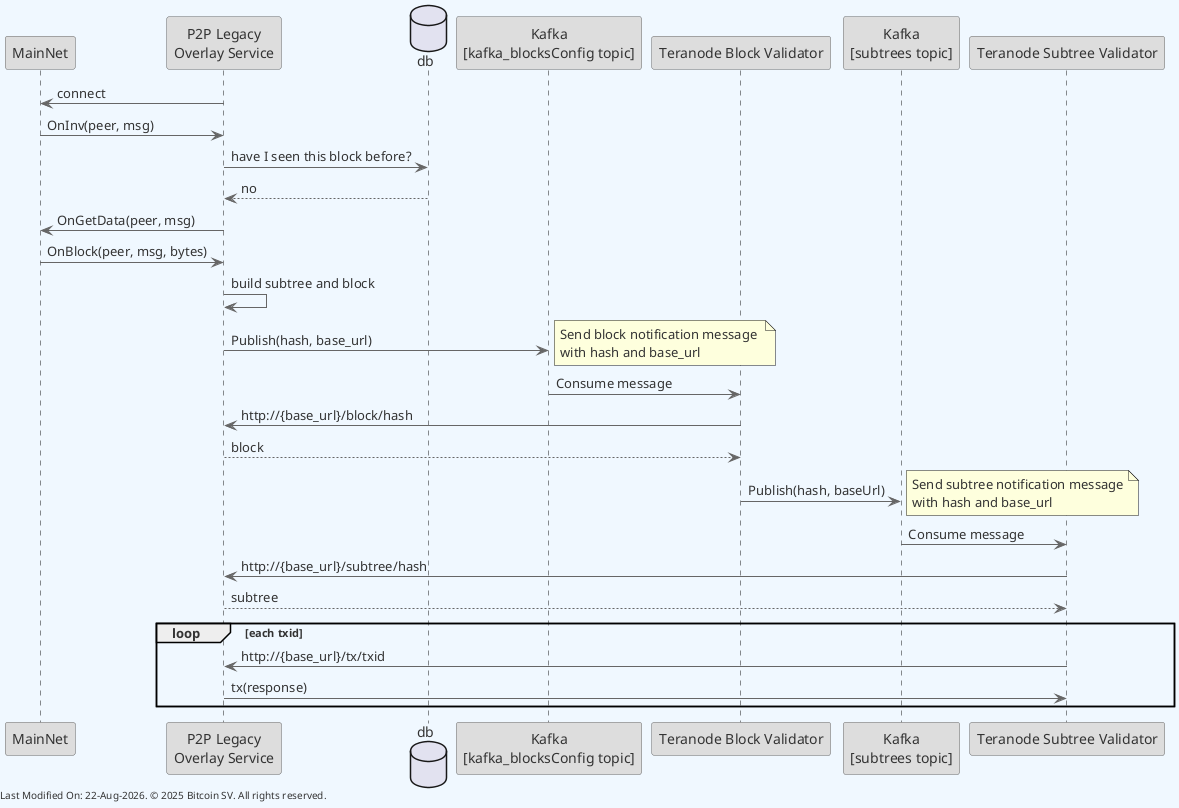
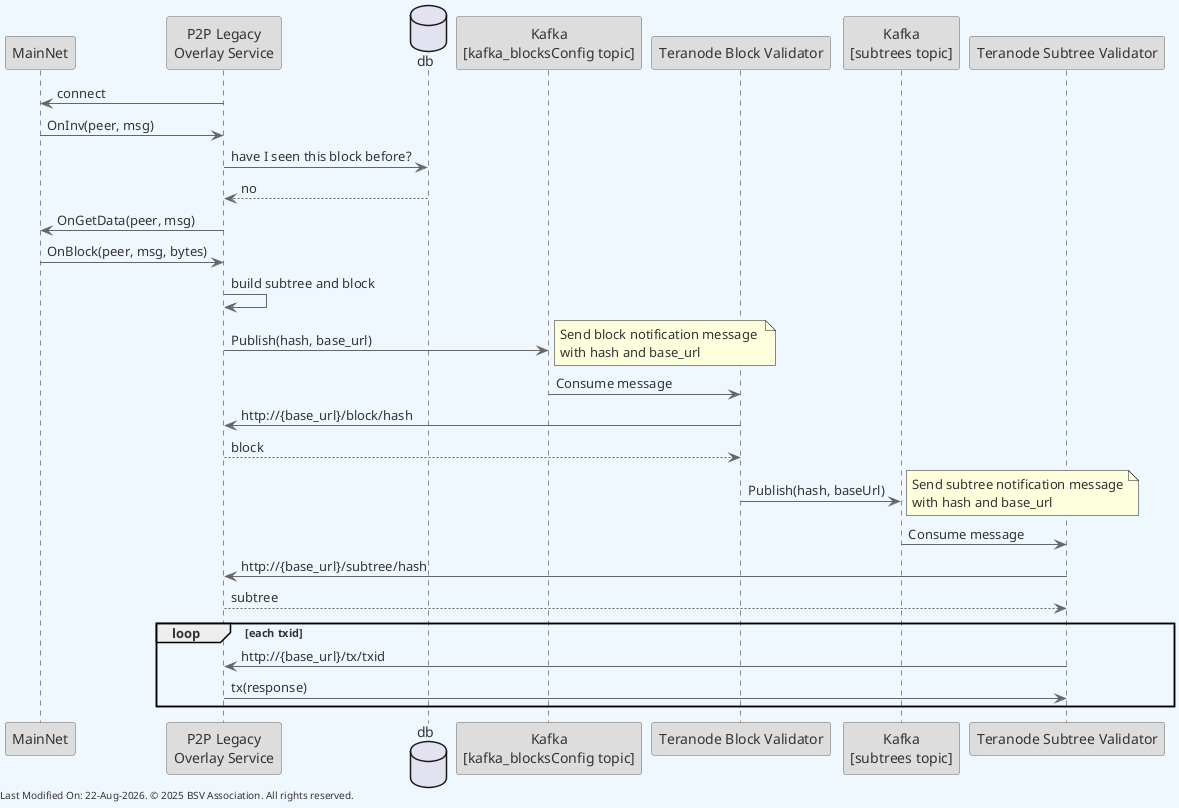
@startuml overview
skinparam backgroundColor #F0F8FF
skinparam defaultFontColor #333333
skinparam arrowColor #666666

' Define borders for all elements
skinparam entity {
  BorderColor #666666
  BackgroundColor #DDDDDD
}

skinparam control {
  BorderColor #666666
  BackgroundColor #DDDDDD
}

skinparam participant {
  BorderColor #666666
  BackgroundColor #DDDDDD
}




participant MainNet as mainnet
participant "P2P Legacy\nOverlay Service" as legacy
database db
participant "Kafka\n[kafka_blocksConfig topic]" as kafkaBlock
participant "Teranode Block Validator" as blockValidator
participant "Kafka\n[subtrees topic]" as kafkaSubtree
participant "Teranode Subtree Validator" as subtreeValidator

legacy -> mainnet: connect

mainnet -> legacy : OnInv(peer, msg)

legacy -> db: have I seen this block before?
return no

legacy -> mainnet: OnGetData(peer, msg)


mainnet -> legacy : OnBlock(peer, msg, bytes)

legacy -> legacy: build subtree and block

legacy -> kafkaBlock: Publish(hash, base_url)
note right: Send block notification message \nwith hash and base_url

kafkaBlock -> blockValidator: Consume message

blockValidator -> legacy: http://{base_url}/block/hash

legacy --> blockValidator: block

blockValidator -> kafkaSubtree: Publish(hash, baseUrl)
note right: Send subtree notification message\nwith hash and base_url

kafkaSubtree -> subtreeValidator: Consume message

subtreeValidator -> legacy: http://{base_url}/subtree/hash

legacy --> subtreeValidator: subtree


loop each txid
    subtreeValidator -> legacy: http://{base_url}/tx/txid
    legacy -> subtreeValidator: tx(response)
end

- left footer "Last Modified On: %date("dd-MMM-yyyy"). © 2025 Bitcoin SV. All rights reserved."
+ left footer "Last Modified On: %date("dd-MMM-yyyy"). © 2025 BSV Association. All rights reserved."

@enduml
